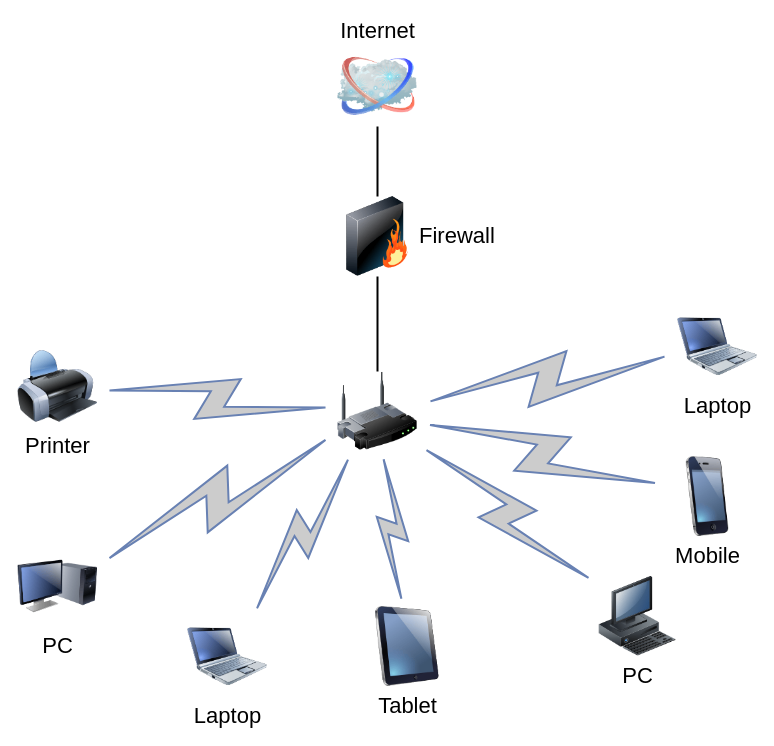
zeandon/draw.io keeps this draw.io diagram as 开题自问自答_多AP预期结果.drawio. Above is the earlier version. Source tidied: cells renumbered, new cells numbered last; positions are measured from the earlier drawing's top-left corner, leaving out a move shared by most shapes. Both pictures are drawn from the tidied source at 100%, with x=0, y=0 at pixel (17, 46).
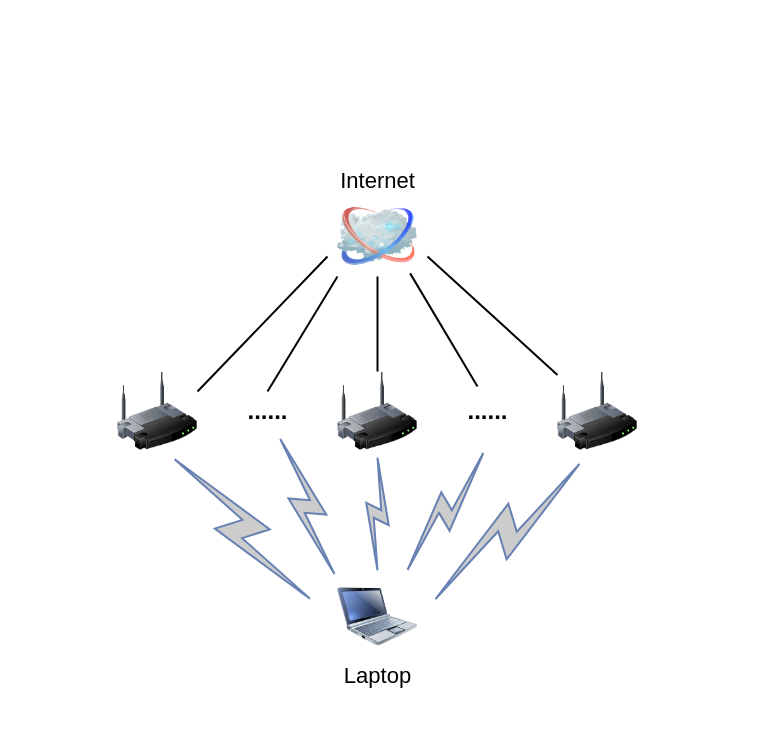
After the change.

Commit message (it also covers changes not shown here):
更新开题自问自答_多AP预期结果.drawio

The change refers to these unchanged cells:
```xml
<mxCell id="3" style="image;html=1;labelBackgroundColor=#ffffff;image=img/lib/clip_art/networking/Wireless_Router_128x128.png;rounded=1;shadow=0;comic=0;strokeWidth=2;fontSize=22;" parent="1" vertex="1">
  <mxGeometry x="320" y="325" width="80" height="80" as="geometry" />
</mxCell>
```

The edit, as a diff of the source:
```diff
@@
-    <mxCell id="2" style="edgeStyle=none;rounded=0;html=1;labelBackgroundColor=none;endArrow=none;strokeWidth=2;fontFamily=Verdana;fontSize=22;" parent="1" edge="1" source="3" target="6">
-      <mxGeometry relative="1" as="geometry" />
+    <mxCell id="2" style="edgeStyle=none;rounded=0;html=1;labelBackgroundColor=none;endArrow=none;strokeWidth=2;fontFamily=Verdana;fontSize=22;" parent="1" edge="1" source="3">
+      <mxGeometry relative="1" as="geometry">
+        <mxPoint x="360" y="230" as="targetPoint" />
+      </mxGeometry>
     </mxCell>
@@
     <mxCell id="4" value="Internet" style="image;html=1;labelBackgroundColor=#ffffff;image=img/lib/clip_art/networking/Cloud_128x128.png;rounded=1;shadow=0;comic=0;strokeWidth=2;fontSize=22;labelPosition=center;verticalLabelPosition=top;align=center;verticalAlign=bottom;" parent="1" vertex="1">
-      <mxGeometry x="320" width="80" height="80" as="geometry" />
+      <mxGeometry x="320" y="150" width="80" height="80" as="geometry" />
     </mxCell>
-    <mxCell id="5" style="edgeStyle=none;rounded=0;html=1;labelBackgroundColor=none;endArrow=none;strokeWidth=2;fontFamily=Verdana;fontSize=22;" parent="1" edge="1" source="6" target="4">
-      <mxGeometry relative="1" as="geometry" />
-    </mxCell>
-    <mxCell id="6" value="Firewall" style="image;html=1;labelBackgroundColor=#ffffff;image=img/lib/clip_art/networking/Firewall_128x128.png;rounded=1;shadow=0;comic=0;strokeWidth=2;fontSize=22;labelPosition=right;verticalLabelPosition=middle;align=left;verticalAlign=middle;" parent="1" vertex="1">
-      <mxGeometry x="320" y="150" width="80" height="80" as="geometry" />
-    </mxCell>
-    <mxCell id="7" value="Tablet" style="image;html=1;labelBackgroundColor=#ffffff;image=img/lib/clip_art/computers/iPad_128x128.png;rounded=1;shadow=0;comic=0;strokeWidth=2;fontSize=22;" parent="1" vertex="1">
-      <mxGeometry x="350" y="560" width="80" height="80" as="geometry" />
-    </mxCell>
-    <mxCell id="8" value="PC" style="image;html=1;labelBackgroundColor=#ffffff;image=img/lib/clip_art/computers/Monitor_Tower_128x128.png;rounded=1;shadow=0;comic=0;strokeWidth=2;fontSize=22;" parent="1" vertex="1">
-      <mxGeometry y="500" width="80" height="80" as="geometry" />
-    </mxCell>
-    <mxCell id="9" value="Printer" style="image;html=1;labelBackgroundColor=#ffffff;image=img/lib/clip_art/computers/Printer_128x128.png;rounded=1;shadow=0;comic=0;strokeWidth=2;fontSize=22;" parent="1" vertex="1">
-      <mxGeometry y="300" width="80" height="80" as="geometry" />
-    </mxCell>
-    <mxCell id="10" value="PC" style="image;html=1;labelBackgroundColor=#ffffff;image=img/lib/clip_art/computers/Workstation_128x128.png;rounded=1;shadow=0;comic=0;strokeWidth=2;fontSize=22;" parent="1" vertex="1">
-      <mxGeometry x="580" y="530" width="80" height="80" as="geometry" />
-    </mxCell>
-    <mxCell id="11" value="Mobile" style="image;html=1;labelBackgroundColor=#ffffff;image=img/lib/clip_art/telecommunication/iPhone_128x128.png;rounded=1;shadow=0;comic=0;strokeWidth=2;fontSize=22;" parent="1" vertex="1">
-      <mxGeometry x="650" y="410" width="80" height="80" as="geometry" />
-    </mxCell>
-    <mxCell id="12" value="Laptop" style="image;html=1;labelBackgroundColor=#ffffff;image=img/lib/clip_art/computers/Netbook_128x128.png;rounded=1;shadow=0;comic=0;strokeColor=#000000;strokeWidth=2;fillColor=#FFFFFF;fontSize=22;fontColor=#000000;" parent="1" vertex="1">
-      <mxGeometry x="660" y="260" width="80" height="80" as="geometry" />
-    </mxCell>
     <mxCell id="13" value="Laptop" style="image;html=1;labelBackgroundColor=#ffffff;image=img/lib/clip_art/computers/Netbook_128x128.png;rounded=1;shadow=0;comic=0;strokeWidth=2;fontSize=22;" parent="1" vertex="1">
-      <mxGeometry x="170" y="570" width="80" height="80" as="geometry" />
+      <mxGeometry x="320" y="530" width="80" height="80" as="geometry" />
     </mxCell>
-    <mxCell id="14" style="html=1;fillColor=#CCCCCC;strokeColor=#6881B3;gradientColor=none;gradientDirection=north;strokeWidth=2;shape=mxgraph.networks.comm_link_edge;html=1;labelBackgroundColor=none;endArrow=none;fontFamily=Verdana;fontSize=22;fontColor=#000000;" parent="1" edge="1" source="9" target="3">
-      <mxGeometry relative="1" as="geometry" />
-    </mxCell>
-    <mxCell id="15" style="html=1;fillColor=#CCCCCC;strokeColor=#6881B3;gradientColor=none;gradientDirection=north;strokeWidth=2;shape=mxgraph.networks.comm_link_edge;html=1;labelBackgroundColor=none;endArrow=none;fontFamily=Verdana;fontSize=22;fontColor=#000000;fontStyle=1;" parent="1" edge="1" source="8" target="3">
-      <mxGeometry relative="1" as="geometry" />
-    </mxCell>
@@
-    <mxCell id="17" style="html=1;fillColor=#CCCCCC;strokeColor=#6881B3;gradientColor=none;gradientDirection=north;strokeWidth=2;shape=mxgraph.networks.comm_link_edge;html=1;labelBackgroundColor=none;endArrow=none;fontFamily=Verdana;fontSize=22;fontColor=#000000;" parent="1" edge="1" source="7" target="3">
-      <mxGeometry relative="1" as="geometry" />
-    </mxCell>
-    <mxCell id="18" style="html=1;fillColor=#CCCCCC;strokeColor=#6881B3;gradientColor=none;gradientDirection=north;strokeWidth=2;shape=mxgraph.networks.comm_link_edge;html=1;labelBackgroundColor=none;endArrow=none;fontFamily=Verdana;fontSize=22;fontColor=#000000;" parent="1" edge="1" source="10" target="3">
-      <mxGeometry relative="1" as="geometry" />
-    </mxCell>
-    <mxCell id="19" style="html=1;fillColor=#CCCCCC;strokeColor=#6881B3;gradientColor=none;gradientDirection=north;strokeWidth=2;shape=mxgraph.networks.comm_link_edge;html=1;labelBackgroundColor=none;endArrow=none;fontFamily=Verdana;fontSize=22;fontColor=#000000;" parent="1" edge="1" source="11" target="3">
-      <mxGeometry relative="1" as="geometry" />
-    </mxCell>
-    <mxCell id="20" style="html=1;fillColor=#CCCCCC;strokeColor=#6881B3;gradientColor=none;gradientDirection=north;strokeWidth=2;shape=mxgraph.networks.comm_link_edge;html=1;labelBackgroundColor=none;endArrow=none;fontFamily=Verdana;fontSize=22;fontColor=#000000;" parent="1" edge="1" source="12" target="3">
-      <mxGeometry relative="1" as="geometry" />
-    </mxCell>
+    <mxCell id="21" style="image;html=1;labelBackgroundColor=#ffffff;image=img/lib/clip_art/networking/Wireless_Router_128x128.png;rounded=1;shadow=0;comic=0;strokeWidth=2;fontSize=22;" parent="1" vertex="1">
+      <mxGeometry x="100" y="325" width="80" height="80" as="geometry" />
+    </mxCell>
+    <mxCell id="22" style="image;html=1;labelBackgroundColor=#ffffff;image=img/lib/clip_art/networking/Wireless_Router_128x128.png;rounded=1;shadow=0;comic=0;strokeWidth=2;fontSize=22;" parent="1" vertex="1">
+      <mxGeometry x="540" y="325" width="80" height="80" as="geometry" />
+    </mxCell>
+    <mxCell id="23" value="......" style="text;strokeColor=none;fillColor=none;html=1;fontSize=24;fontStyle=1;verticalAlign=middle;align=center;" parent="1" vertex="1">
+      <mxGeometry x="200" y="345" width="100" height="40" as="geometry" />
+    </mxCell>
+    <mxCell id="24" value="......" style="text;strokeColor=none;fillColor=none;html=1;fontSize=24;fontStyle=1;verticalAlign=middle;align=center;" parent="1" vertex="1">
+      <mxGeometry x="420" y="345" width="100" height="40" as="geometry" />
+    </mxCell>
+    <mxCell id="25" style="html=1;fillColor=#CCCCCC;strokeColor=#6881B3;gradientColor=none;gradientDirection=north;strokeWidth=2;shape=mxgraph.networks.comm_link_edge;html=1;labelBackgroundColor=none;endArrow=none;fontFamily=Verdana;fontSize=22;fontColor=#000000;" parent="1" edge="1">
+      <mxGeometry relative="1" as="geometry">
+        <mxPoint x="320" y="535" as="sourcePoint" />
+        <mxPoint x="259.7" y="385" as="targetPoint" />
+      </mxGeometry>
+    </mxCell>
+    <mxCell id="26" style="html=1;fillColor=#CCCCCC;strokeColor=#6881B3;gradientColor=none;gradientDirection=north;strokeWidth=2;shape=mxgraph.networks.comm_link_edge;html=1;labelBackgroundColor=none;endArrow=none;fontFamily=Verdana;fontSize=22;fontColor=#000000;" parent="1" edge="1" target="21">
+      <mxGeometry relative="1" as="geometry">
+        <mxPoint x="300" y="560" as="sourcePoint" />
+        <Array as="points">
+          <mxPoint x="170" y="490" />
+        </Array>
+      </mxGeometry>
+    </mxCell>
+    <mxCell id="27" style="html=1;fillColor=#CCCCCC;strokeColor=#6881B3;gradientColor=none;gradientDirection=north;strokeWidth=2;shape=mxgraph.networks.comm_link_edge;html=1;labelBackgroundColor=none;endArrow=none;fontFamily=Verdana;fontSize=22;fontColor=#000000;" parent="1" edge="1" source="13">
+      <mxGeometry relative="1" as="geometry">
+        <mxPoint x="470" y="400" as="targetPoint" />
+      </mxGeometry>
+    </mxCell>
+    <mxCell id="28" style="html=1;fillColor=#CCCCCC;strokeColor=#6881B3;gradientColor=none;gradientDirection=north;strokeWidth=2;shape=mxgraph.networks.comm_link_edge;html=1;labelBackgroundColor=none;endArrow=none;fontFamily=Verdana;fontSize=22;fontColor=#000000;" parent="1" edge="1">
+      <mxGeometry relative="1" as="geometry">
+        <mxPoint x="410" y="560" as="sourcePoint" />
+        <mxPoint x="570" y="410" as="targetPoint" />
+        <Array as="points">
+          <mxPoint x="490" y="505" />
+        </Array>
+      </mxGeometry>
+    </mxCell>
+    <mxCell id="29" style="edgeStyle=none;rounded=0;html=1;labelBackgroundColor=none;endArrow=none;strokeWidth=2;fontFamily=Verdana;fontSize=22;entryX=0.908;entryY=0.961;entryDx=0;entryDy=0;entryPerimeter=0;" parent="1" edge="1" target="4">
+      <mxGeometry relative="1" as="geometry">
+        <mxPoint x="460" y="340" as="sourcePoint" />
+      </mxGeometry>
+    </mxCell>
+    <mxCell id="30" style="edgeStyle=none;rounded=0;html=1;labelBackgroundColor=none;endArrow=none;strokeWidth=2;fontFamily=Verdana;fontSize=22;" parent="1" edge="1" source="22">
+      <mxGeometry relative="1" as="geometry">
+        <mxPoint x="410" y="210" as="targetPoint" />
+      </mxGeometry>
+    </mxCell>
+    <mxCell id="31" style="edgeStyle=none;rounded=0;html=1;labelBackgroundColor=none;endArrow=none;strokeWidth=2;fontFamily=Verdana;fontSize=22;entryX=0;entryY=1;entryDx=0;entryDy=0;exitX=0.5;exitY=0;exitDx=0;exitDy=0;" parent="1" edge="1" source="23" target="4">
+      <mxGeometry relative="1" as="geometry" />
+    </mxCell>
+    <mxCell id="32" style="edgeStyle=none;rounded=0;html=1;labelBackgroundColor=none;endArrow=none;strokeWidth=2;fontFamily=Verdana;fontSize=22;entryX=1;entryY=0.25;entryDx=0;entryDy=0;" parent="1" edge="1" target="21">
+      <mxGeometry relative="1" as="geometry">
+        <mxPoint x="310" y="210" as="sourcePoint" />
+      </mxGeometry>
+    </mxCell>
```
